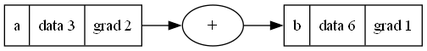
The Graphviz diagram graph.png in rhythmd18/micrograd.cpp, before a commit. Its source is kept beside it as graph.dot.
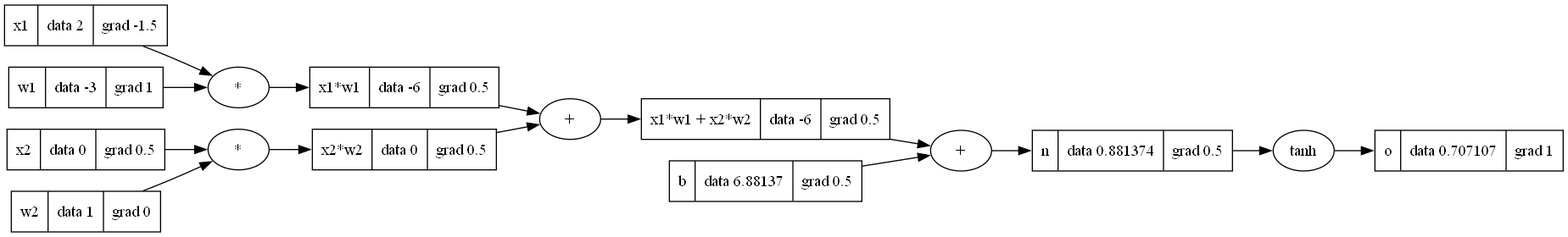
The same file after the commit.

What changed in the source:
```diff
@@ -1,8 +1,32 @@
 digraph G {
   rankdir=LR;
-  "2308927351648" [label="{a | data 3 | grad 2}" shape=record];
-  "2308927352000" [label="{b | data 6 | grad 1}" shape=record];
-  "2308927352000+" [label="+"];
-  "2308927352000+" -> "2308927352000";
-  "2308927351648" -> "2308927352000+";
+  "1551150440336" [label="{x1 | data 2 | grad -1.5}" shape=record];
+  "1551150440688" [label="{x2 | data 0 | grad 0.5}" shape=record];
+  "1551150441040" [label="{w1 | data -3 | grad 1}" shape=record];
+  "1551150441392" [label="{w2 | data 1 | grad 0}" shape=record];
+  "1551150441744" [label="{b | data 6.88137 | grad 0.5}" shape=record];
+  "1551150442096" [label="{x1*w1 | data -6 | grad 0.5}" shape=record];
+  "1551150442096*" [label="*"];
+  "1551150442096*" -> "1551150442096";
+  "1551150446560" [label="{x2*w2 | data 0 | grad 0.5}" shape=record];
+  "1551150446560*" [label="*"];
+  "1551150446560*" -> "1551150446560";
+  "1551150446912" [label="{x1*w1 + x2*w2 | data -6 | grad 0.5}" shape=record];
+  "1551150446912+" [label="+"];
+  "1551150446912+" -> "1551150446912";
+  "1551150447264" [label="{n | data 0.881374 | grad 0.5}" shape=record];
+  "1551150447264+" [label="+"];
+  "1551150447264+" -> "1551150447264";
+  "1551150447616" [label="{o | data 0.707107 | grad 1}" shape=record];
+  "1551150447616tanh" [label="tanh"];
+  "1551150447616tanh" -> "1551150447616";
+  "1551150440336" -> "1551150442096*";
+  "1551150440688" -> "1551150446560*";
+  "1551150441040" -> "1551150442096*";
+  "1551150441392" -> "1551150446560*";
+  "1551150441744" -> "1551150447264+";
+  "1551150442096" -> "1551150446912+";
+  "1551150446560" -> "1551150446912+";
+  "1551150446912" -> "1551150447264+";
+  "1551150447264" -> "1551150447616tanh";
 }
```
